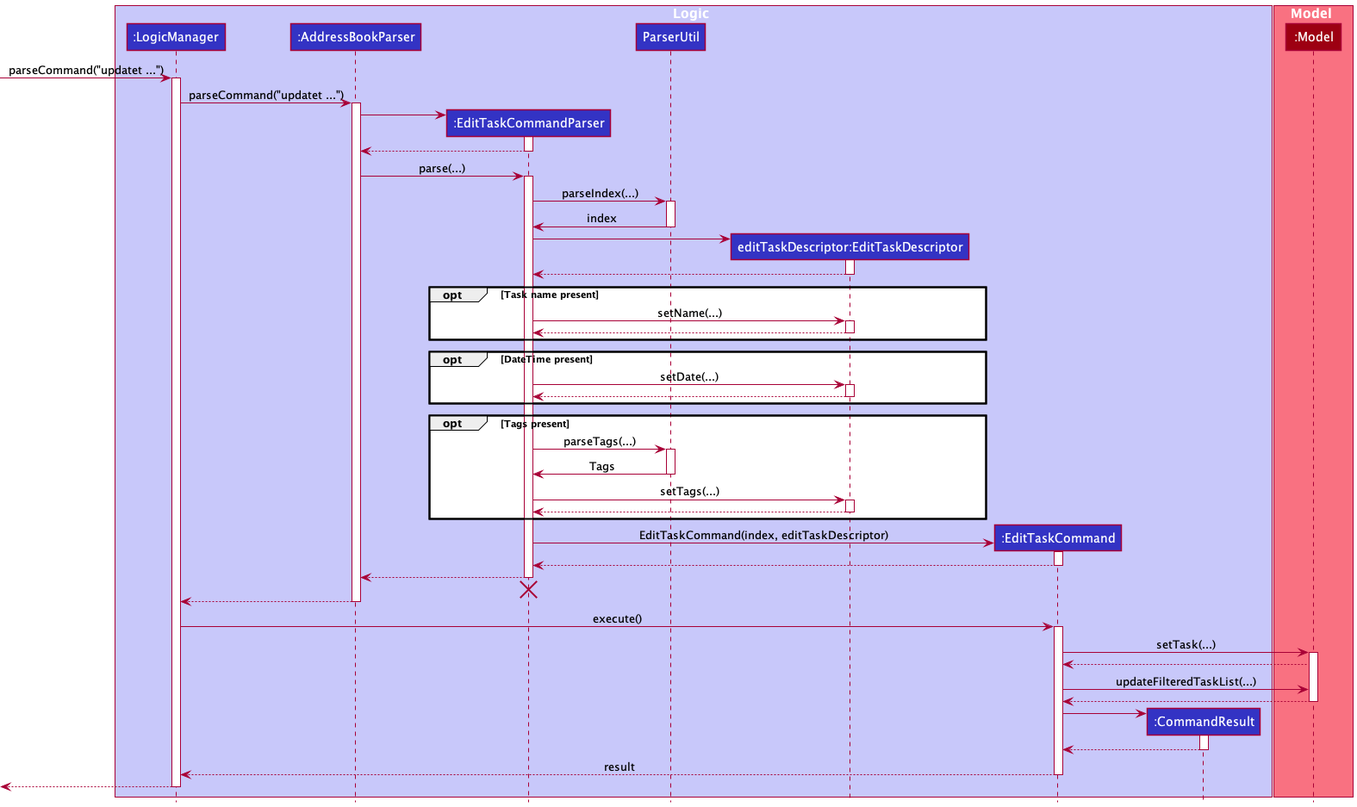
This is docs/images/EditTaskSequenceDiagram.png from snss231/tp, a PlantUML export, as it was before one commit.
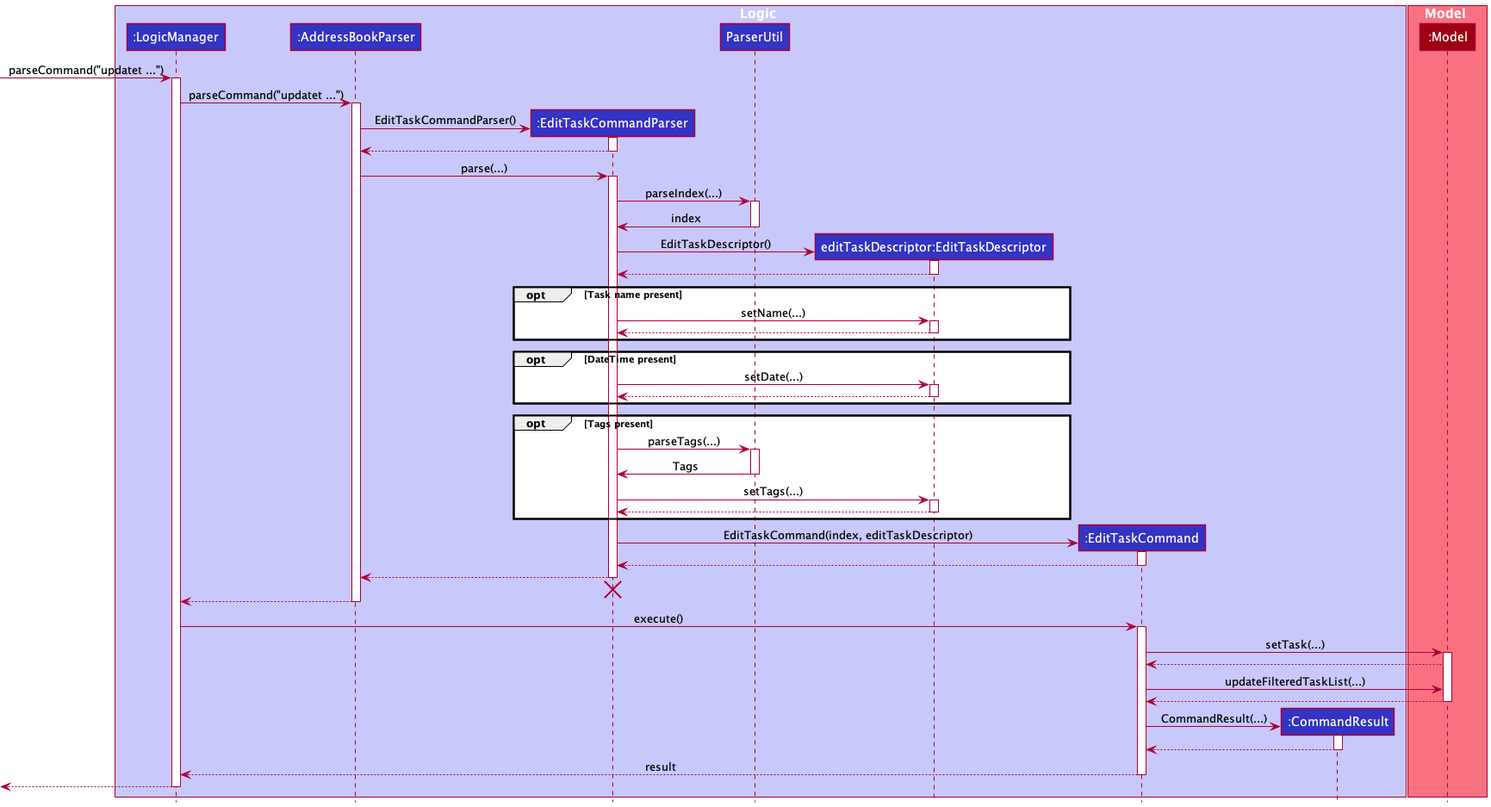
The same file after the commit.

Diff of the diagram source:
```diff
@@ -22,7 +22,7 @@
 activate AddressBookParser
 
 create EditTaskCommandParser
-AddressBookParser -> EditTaskCommandParser
+AddressBookParser -> EditTaskCommandParser : EditTaskCommandParser()
 activate EditTaskCommandParser
 
 EditTaskCommandParser --> AddressBookParser
@@ -38,7 +38,7 @@
 deactivate ParserUtil
 
 create EditTaskDescriptor
-EditTaskCommandParser -> EditTaskDescriptor
+EditTaskCommandParser -> EditTaskDescriptor : EditTaskDescriptor()
 activate EditTaskDescriptor
 
 EditTaskDescriptor --> EditTaskCommandParser
@@ -96,7 +96,7 @@
 deactivate Model
 
 create CommandResult
-EditTaskCommand -> CommandResult
+EditTaskCommand -> CommandResult : CommandResult(...)
 activate CommandResult
 
 CommandResult --> EditTaskCommand
```
